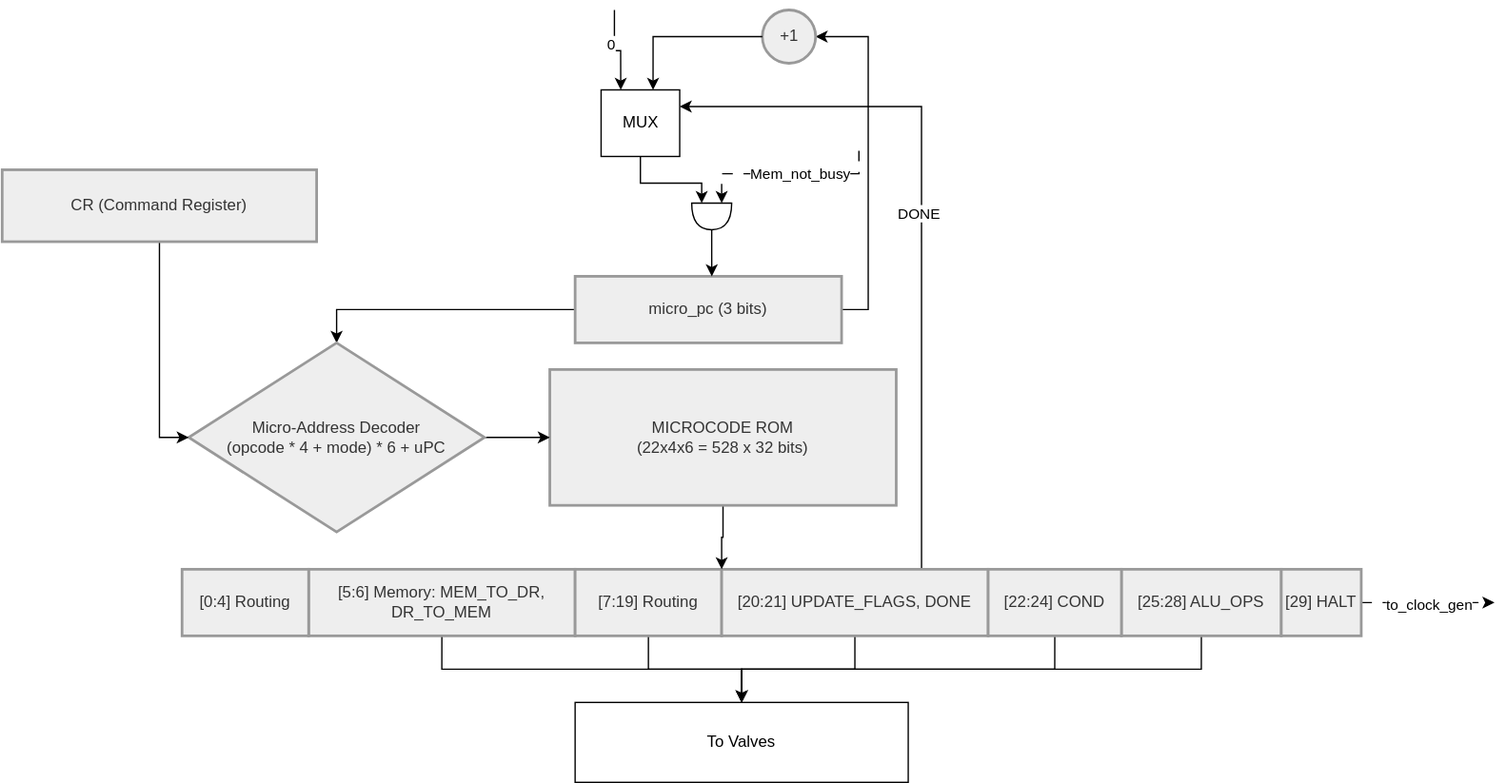
Above: control_unit.svg in zhabka-zadushnila/csa_lab4 (draw.io), before the change. Source tidied: cells renumbered, new cells last; positions are measured from the earlier drawing's top-left corner, leaving out a move shared by most shapes.
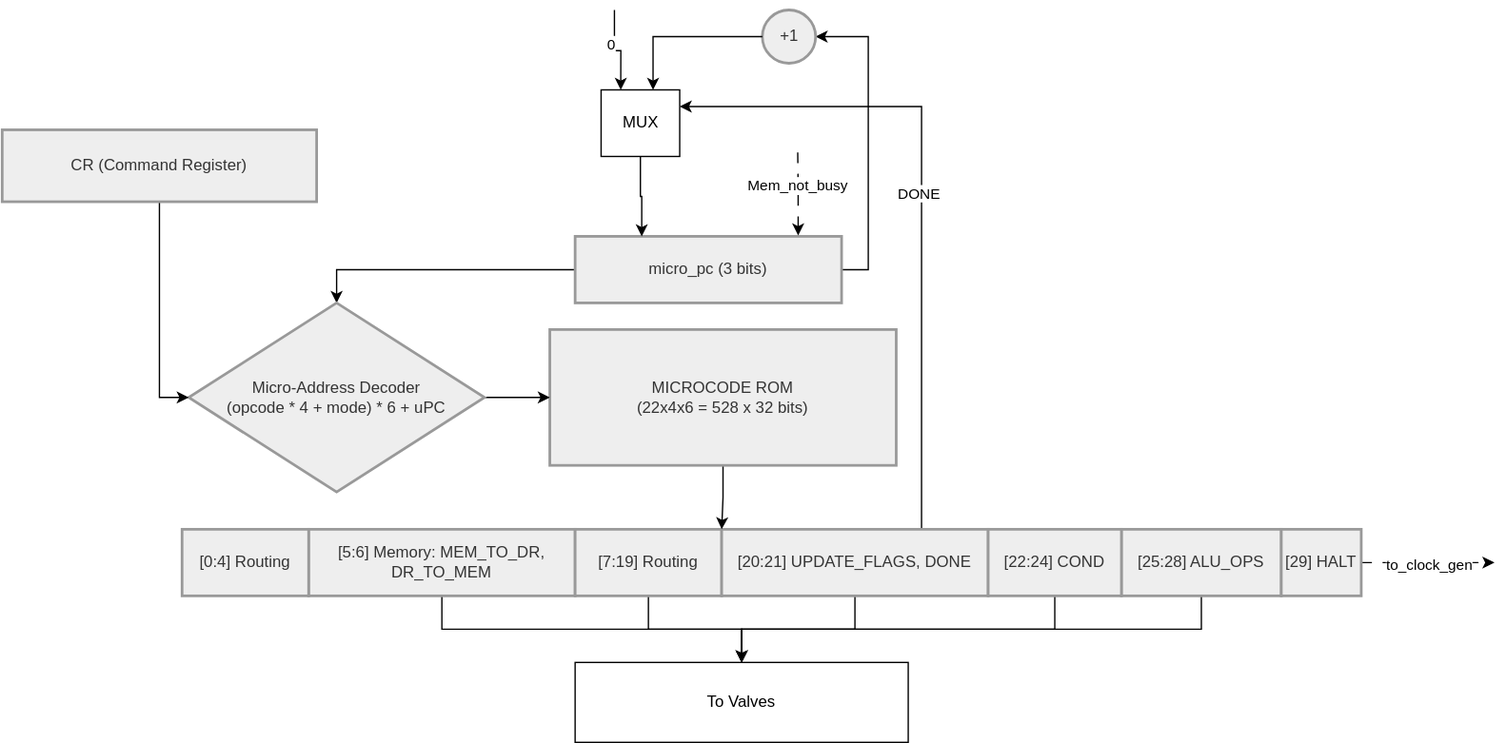
Above is the later version.

The edit, as a diff of the source:
```diff
@@ -66,17 +66,17 @@
       <mxGeometry y="120" width="236" height="54" as="geometry" />
     </mxCell>
     <mxCell id="23" value="+1" style="ellipse;strokeWidth=2;whiteSpace=wrap;fillColor=light-dark(#eeeeee,#1f2020);strokeColor=light-dark(#999999,#cccccc);fontColor=light-dark(#333333,#cccccc);" parent="1" vertex="1">
-      <mxGeometry x="570.5" width="40" height="40" as="geometry" />
+      <mxGeometry x="570.5" y="30" width="40" height="40" as="geometry" />
     </mxCell>
-    <mxCell id="24" style="edgeStyle=orthogonalEdgeStyle;rounded=0;jettySize=auto;html=1;startArrow=classic;startFill=1;endArrow=none;endFill=0;dashed=1;dashPattern=8 8;exitX=0;exitY=0.25;exitDx=0;exitDy=0;exitPerimeter=0;" parent="1" edge="1" source="36">
+    <mxCell id="24" style="edgeStyle=orthogonalEdgeStyle;rounded=0;jettySize=auto;html=1;startArrow=classic;startFill=1;endArrow=none;endFill=0;dashed=1;dashPattern=8 8;exitX=0.837;exitY=-0.013;exitDx=0;exitDy=0;exitPerimeter=0;" parent="1" edge="1" source="14">
       <mxGeometry relative="1" as="geometry">
-        <mxPoint x="643" y="100" as="targetPoint" />
+        <mxPoint x="597" y="130" as="targetPoint" />
       </mxGeometry>
     </mxCell>
     <mxCell id="25" value="Mem_not_busy" style="edgeLabel;html=1;align=center;verticalAlign=middle;" parent="24" vertex="1">
       <mxGeometry x="0.09" relative="1" as="geometry" />
     </mxCell>
-    <mxCell id="26" style="edgeStyle=orthogonalEdgeStyle;rounded=0;jettySize=auto;html=1;entryX=0;entryY=0.75;entryDx=0;entryDy=0;exitX=0.5;exitY=1;exitDx=0;exitDy=0;entryPerimeter=0;" parent="1" edge="1" source="31" target="36">
+    <mxCell id="26" style="edgeStyle=orthogonalEdgeStyle;rounded=0;jettySize=auto;html=1;entryX=0.25;entryY=0;entryDx=0;entryDy=0;exitX=0.5;exitY=1;exitDx=0;exitDy=0;" parent="1" edge="1" source="31" target="14">
       <mxGeometry relative="1" as="geometry" />
     </mxCell>
     <mxCell id="27" style="edgeStyle=orthogonalEdgeStyle;rounded=0;jettySize=auto;html=1;entryX=0.661;entryY=0;entryDx=0;entryDy=0;entryPerimeter=0;" parent="1" edge="1" source="23" target="31">
@@ -87,14 +87,14 @@
     </mxCell>
     <mxCell id="29" style="edgeStyle=orthogonalEdgeStyle;rounded=0;jettySize=auto;html=1;endArrow=none;endFill=0;startArrow=classic;startFill=1;exitX=0.25;exitY=0;exitDx=0;exitDy=0;" parent="1" edge="1" source="31">
       <mxGeometry relative="1" as="geometry">
-        <mxPoint x="459.5" as="targetPoint" />
+        <mxPoint x="459.5" y="30" as="targetPoint" />
       </mxGeometry>
     </mxCell>
     <mxCell id="30" value="0" style="edgeLabel;html=1;align=center;verticalAlign=middle;" parent="29" vertex="1">
       <mxGeometry x="0.21" y="3" relative="1" as="geometry" />
     </mxCell>
     <mxCell id="31" value="MUX" style="rounded=0;whiteSpace=wrap;html=1;" parent="1" vertex="1">
-      <mxGeometry x="449.5" y="60" width="59" height="50" as="geometry" />
+      <mxGeometry x="449.5" y="90" width="59" height="50" as="geometry" />
     </mxCell>
     <mxCell id="32" value="[0:4] Routing" style="whiteSpace=wrap;strokeWidth=2;fillColor=light-dark(#eeeeee,#1f2020);strokeColor=light-dark(#999999,#cccccc);fontColor=light-dark(#333333,#cccccc);" parent="1" vertex="1">
       <mxGeometry x="135" y="420" width="95" height="50" as="geometry" />
@@ -110,11 +110,5 @@
     <mxCell id="35" value="[29] HALT" style="whiteSpace=wrap;strokeWidth=2;fillColor=light-dark(#eeeeee,#1f2020);strokeColor=light-dark(#999999,#cccccc);fontColor=light-dark(#333333,#cccccc);" parent="1" vertex="1">
       <mxGeometry x="960" y="420" width="60" height="50" as="geometry" />
     </mxCell>
-    <mxCell id="36" style="shape=or;whiteSpace=wrap;html=1;rotation=90;" parent="1" vertex="1">
-      <mxGeometry x="522.5" y="140" width="20" height="30" as="geometry" />
-    </mxCell>
-    <mxCell id="37" style="edgeStyle=orthogonalEdgeStyle;rounded=0;jettySize=auto;html=1;entryX=0.513;entryY=0;entryDx=0;entryDy=0;entryPerimeter=0;" parent="1" edge="1" source="36" target="14">
-      <mxGeometry relative="1" as="geometry" />
-    </mxCell>
   </root>
 </mxGraphModel>
```
